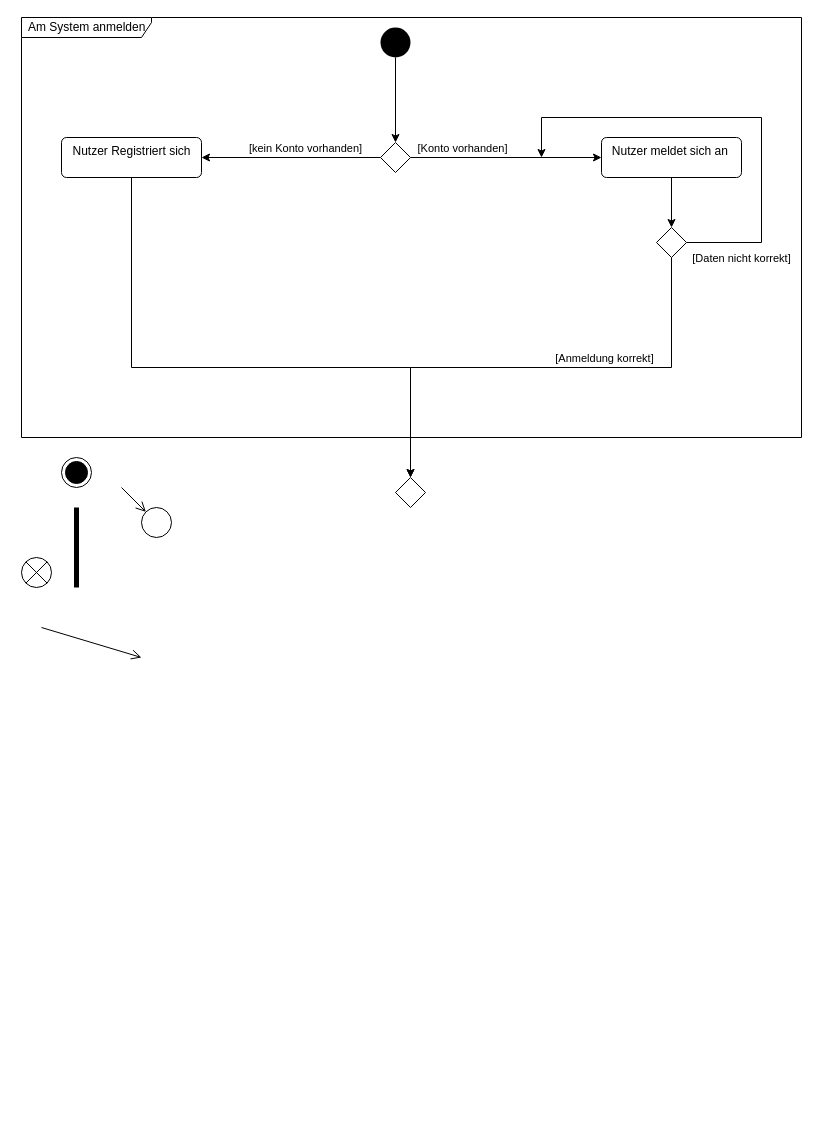
This is Unbenanntes Diagramm.drawio from mertoo36/Web-Programmierung, a draw.io file, before an edit. Source tidied: cells renumbered, new cells numbered last; positions are measured from the earlier drawing's top-left corner, leaving out a move shared by most shapes. Both pictures are drawn from the tidied source at 100%, with x=0, y=0 at pixel (21, 17).
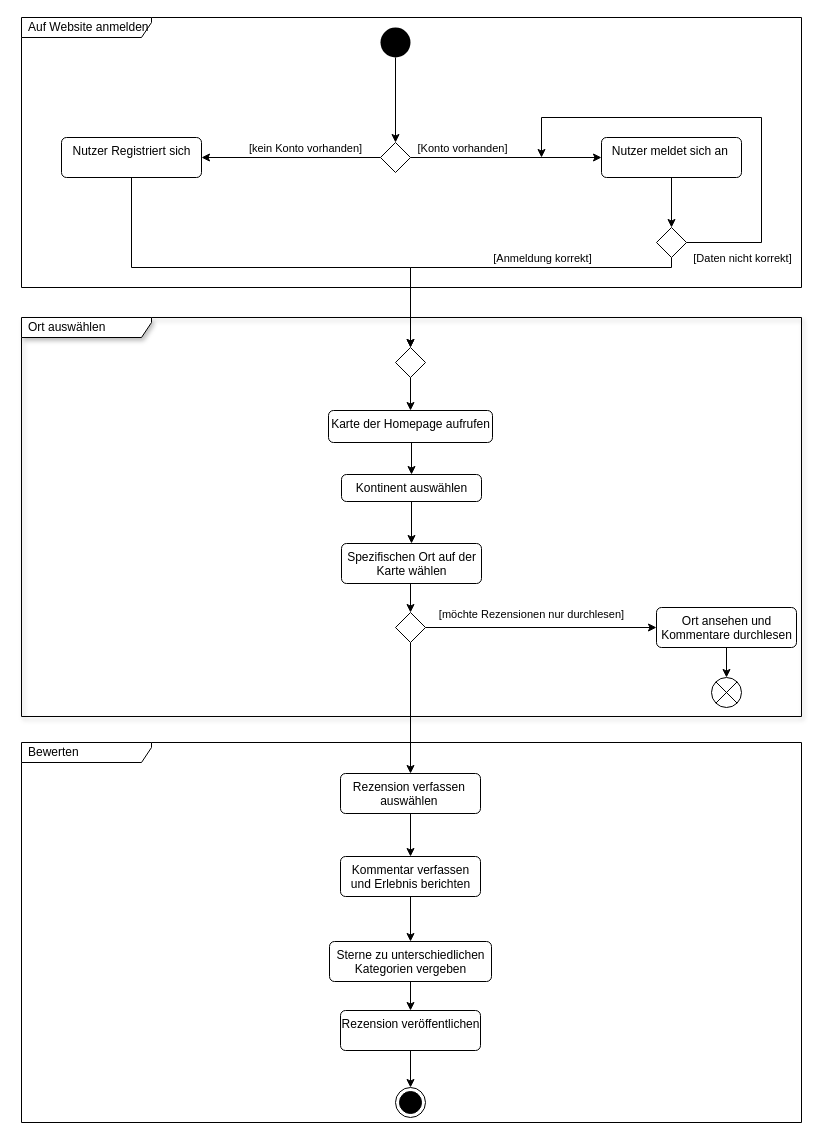
Above is the later version.

Unchanged cells that the change refers to:
```xml
<mxCell id="19" value="Nutzer Registriert sich" style="html=1;align=center;verticalAlign=top;rounded=1;absoluteArcSize=1;arcSize=10;dashed=0;" parent="1" vertex="1">
  <mxGeometry x="40" y="120" width="140" height="40" as="geometry" />
</mxCell>
<mxCell id="22" style="edgeStyle=orthogonalEdgeStyle;rounded=0;jettySize=auto;html=1;exitX=1;exitY=0.5;exitDx=0;exitDy=0;" parent="1" edge="1" source="24">
  <mxGeometry relative="1" as="geometry">
    <mxPoint x="520" y="140" as="targetPoint" />
    <Array as="points">
      <mxPoint x="740" y="225" />
      <mxPoint x="740" y="100" />
      <mxPoint x="520" y="100" />
    </Array>
  </mxGeometry>
</mxCell>
<mxCell id="24" style="rhombus;" parent="1" vertex="1">
  <mxGeometry x="635" y="210" width="30" height="30" as="geometry" />
</mxCell>
```

What changed in the source:
```diff
@@
+    <mxCell id="26" value="Bewerten" style="shape=umlFrame;whiteSpace=wrap;html=1;width=130;height=20;boundedLbl=1;verticalAlign=middle;align=left;spacingLeft=5;" parent="1" vertex="1">
+      <mxGeometry y="725" width="780" height="380" as="geometry" />
+    </mxCell>
+    <mxCell id="27" value="Ort auswählen" style="shape=umlFrame;whiteSpace=wrap;html=1;width=130;height=20;boundedLbl=1;verticalAlign=middle;align=left;spacingLeft=5;shadow=1;" parent="1" vertex="1">
+      <mxGeometry y="300" width="780" height="399" as="geometry" />
+    </mxCell>
-    <mxCell id="2" value="Am System anmelden" style="shape=umlFrame;whiteSpace=wrap;html=1;width=130;height=20;boundedLbl=1;verticalAlign=middle;align=left;spacingLeft=5;" parent="1" vertex="1">
-      <mxGeometry width="780" height="420" as="geometry" />
+    <mxCell id="2" value="Auf Website anmelden" style="shape=umlFrame;whiteSpace=wrap;html=1;width=130;height=20;boundedLbl=1;verticalAlign=middle;align=left;spacingLeft=5;" parent="1" vertex="1">
+      <mxGeometry width="780" height="270" as="geometry" />
     </mxCell>
@@
     <mxCell id="5" style="ellipse;html=1;shape=endState;fillColor=strokeColor;" parent="1" vertex="1">
-      <mxGeometry x="40" y="440" width="30" height="30" as="geometry" />
+      <mxGeometry x="374" y="1070" width="30" height="30" as="geometry" />
     </mxCell>
     <mxCell id="6" style="shape=sumEllipse;perimeter=ellipsePerimeter;whiteSpace=wrap;html=1;backgroundOutline=1;" parent="1" vertex="1">
-      <mxGeometry y="540" width="30" height="30" as="geometry" />
+      <mxGeometry x="690" y="660" width="30" height="30" as="geometry" />
     </mxCell>
-    <mxCell id="7" style="html=1;perimeter=orthogonalPerimeter;fillColor=#000000;strokeColor=none;" parent="1" vertex="1">
-      <mxGeometry x="52.5" y="490" width="5" height="80" as="geometry" />
-    </mxCell>
@@
-    <mxCell id="15" style="endArrow=open;startArrow=none;endFill=0;startFill=0;endSize=8;html=1;verticalAlign=bottom;labelBackgroundColor=none;strokeWidth=1;rounded=0;" parent="1" edge="1" target="16">
-      <mxGeometry relative="1" as="geometry">
-        <mxPoint x="100" y="470" as="sourcePoint" />
-      </mxGeometry>
-    </mxCell>
-    <mxCell id="16" style="ellipse;html=1;" parent="1" vertex="1">
-      <mxGeometry x="120" y="490" width="30" height="30" as="geometry" />
-    </mxCell>
-    <mxCell id="17" style="endArrow=open;startArrow=none;endFill=0;startFill=0;endSize=8;html=1;verticalAlign=bottom;labelBackgroundColor=none;strokeWidth=1;rounded=0;" parent="1" edge="1">
-      <mxGeometry relative="1" as="geometry">
-        <mxPoint x="20" y="610" as="sourcePoint" />
-        <mxPoint x="120" y="640" as="targetPoint" />
-      </mxGeometry>
-    </mxCell>
     <mxCell id="18" style="edgeStyle=orthogonalEdgeStyle;rounded=0;jettySize=auto;html=1;exitX=0.5;exitY=1;exitDx=0;exitDy=0;entryX=0.5;entryY=0;entryDx=0;entryDy=0;" parent="1" edge="1" source="19" target="25">
       <mxGeometry relative="1" as="geometry">
         <Array as="points">
-          <mxPoint x="110" y="350" />
-          <mxPoint x="389" y="350" />
+          <mxPoint x="110" y="250" />
+          <mxPoint x="389" y="250" />
         </Array>
       </mxGeometry>
     </mxCell>
@@
     <mxCell id="20" style="edgeStyle=orthogonalEdgeStyle;rounded=0;jettySize=auto;html=1;exitX=0.5;exitY=1;exitDx=0;exitDy=0;entryX=0.5;entryY=0;entryDx=0;entryDy=0;" parent="1" edge="1" source="24" target="25">
-      <mxGeometry relative="1" as="geometry" />
+      <mxGeometry relative="1" as="geometry">
+        <Array as="points">
+          <mxPoint x="650" y="250" />
+          <mxPoint x="389" y="250" />
+        </Array>
+      </mxGeometry>
     </mxCell>
     <mxCell id="21" value="[Anmeldung korrekt]" style="edgeLabel;html=1;align=center;verticalAlign=middle;" parent="20" vertex="1">
       <mxGeometry x="-0.01" y="-2" relative="1" as="geometry">
-        <mxPoint x="60" y="-8" as="offset" />
+        <mxPoint x="34" y="-8" as="offset" />
       </mxGeometry>
     </mxCell>
@@
     <mxCell id="23" value="[Daten nicht korrekt]" style="edgeLabel;html=1;align=center;verticalAlign=middle;" parent="22" vertex="1">
       <mxGeometry x="-0.94" y="2" relative="1" as="geometry">
-        <mxPoint x="40" y="17" as="offset" />
+        <mxPoint x="41" y="17" as="offset" />
       </mxGeometry>
     </mxCell>
@@
     <mxCell id="25" style="rhombus;" parent="1" vertex="1">
-      <mxGeometry x="374" y="460" width="30" height="30" as="geometry" />
+      <mxGeometry x="374" y="330" width="30" height="30" as="geometry" />
     </mxCell>
+    <mxCell id="28" style="edgeStyle=orthogonalEdgeStyle;rounded=0;jettySize=auto;html=1;exitX=0.5;exitY=1;exitDx=0;exitDy=0;entryX=0.5;entryY=0;entryDx=0;entryDy=0;" parent="1" edge="1" source="25" target="30">
+      <mxGeometry relative="1" as="geometry" />
+    </mxCell>
+    <mxCell id="29" style="edgeStyle=orthogonalEdgeStyle;rounded=0;jettySize=auto;html=1;exitX=0.5;exitY=1;exitDx=0;exitDy=0;entryX=0.5;entryY=0;entryDx=0;entryDy=0;" parent="1" edge="1" source="30" target="32">
+      <mxGeometry relative="1" as="geometry" />
+    </mxCell>
+    <mxCell id="30" value="Karte der Homepage aufrufen" style="html=1;align=center;verticalAlign=top;rounded=1;absoluteArcSize=1;arcSize=10;dashed=0;" parent="1" vertex="1">
+      <mxGeometry x="307" y="393" width="164" height="32" as="geometry" />
+    </mxCell>
+    <mxCell id="31" style="edgeStyle=orthogonalEdgeStyle;rounded=0;jettySize=auto;html=1;exitX=0.5;exitY=1;exitDx=0;exitDy=0;entryX=0.5;entryY=0;entryDx=0;entryDy=0;" parent="1" edge="1" source="32" target="34">
+      <mxGeometry relative="1" as="geometry" />
+    </mxCell>
+    <mxCell id="32" value="Kontinent auswählen" style="html=1;align=center;verticalAlign=top;rounded=1;absoluteArcSize=1;arcSize=10;dashed=0;" parent="1" vertex="1">
+      <mxGeometry x="320" y="457" width="140" height="27" as="geometry" />
+    </mxCell>
+    <mxCell id="33" style="edgeStyle=orthogonalEdgeStyle;rounded=0;jettySize=auto;html=1;exitX=0.5;exitY=1;exitDx=0;exitDy=0;entryX=0.5;entryY=0;entryDx=0;entryDy=0;" parent="1" edge="1" source="34" target="37">
+      <mxGeometry relative="1" as="geometry" />
+    </mxCell>
+    <mxCell id="34" value="Spezifischen Ort auf der&lt;br&gt;Karte wählen" style="html=1;align=center;verticalAlign=top;rounded=1;absoluteArcSize=1;arcSize=10;dashed=0;" parent="1" vertex="1">
+      <mxGeometry x="320" y="526" width="140" height="40" as="geometry" />
+    </mxCell>
+    <mxCell id="35" value="[möchte Rezensionen nur durchlesen]" style="edgeStyle=orthogonalEdgeStyle;rounded=0;jettySize=auto;html=1;exitX=1;exitY=0.5;exitDx=0;exitDy=0;" parent="1" edge="1" source="37" target="39">
+      <mxGeometry x="-0.08" y="13" relative="1" as="geometry" />
+    </mxCell>
+    <mxCell id="36" style="edgeStyle=orthogonalEdgeStyle;rounded=0;jettySize=auto;html=1;exitX=0.5;exitY=1;exitDx=0;exitDy=0;" parent="1" edge="1" source="37" target="41">
+      <mxGeometry relative="1" as="geometry" />
+    </mxCell>
+    <mxCell id="37" style="rhombus;" parent="1" vertex="1">
+      <mxGeometry x="374" y="595" width="30" height="30" as="geometry" />
+    </mxCell>
+    <mxCell id="38" style="edgeStyle=orthogonalEdgeStyle;rounded=0;jettySize=auto;html=1;exitX=0.5;exitY=1;exitDx=0;exitDy=0;entryX=0.5;entryY=0;entryDx=0;entryDy=0;" parent="1" edge="1" source="39" target="6">
+      <mxGeometry relative="1" as="geometry" />
+    </mxCell>
+    <mxCell id="39" value="Ort ansehen und&lt;br&gt;Kommentare durchlesen" style="html=1;align=center;verticalAlign=top;rounded=1;absoluteArcSize=1;arcSize=10;dashed=0;" parent="1" vertex="1">
+      <mxGeometry x="635" y="590" width="140" height="40" as="geometry" />
+    </mxCell>
+    <mxCell id="40" style="edgeStyle=orthogonalEdgeStyle;rounded=0;jettySize=auto;html=1;exitX=0.5;exitY=1;exitDx=0;exitDy=0;entryX=0.5;entryY=0;entryDx=0;entryDy=0;" parent="1" edge="1" source="41" target="43">
+      <mxGeometry relative="1" as="geometry" />
+    </mxCell>
+    <mxCell id="41" value="Rezension verfassen&amp;nbsp;&lt;br&gt;auswählen&amp;nbsp;" style="html=1;align=center;verticalAlign=top;rounded=1;absoluteArcSize=1;arcSize=10;dashed=0;" parent="1" vertex="1">
+      <mxGeometry x="319" y="756" width="140" height="40" as="geometry" />
+    </mxCell>
+    <mxCell id="42" style="edgeStyle=orthogonalEdgeStyle;rounded=0;jettySize=auto;html=1;exitX=0.5;exitY=1;exitDx=0;exitDy=0;entryX=0.5;entryY=0;entryDx=0;entryDy=0;" parent="1" edge="1" source="43" target="45">
+      <mxGeometry relative="1" as="geometry" />
+    </mxCell>
+    <mxCell id="43" value="Kommentar verfassen&lt;br&gt;und Erlebnis berichten" style="html=1;align=center;verticalAlign=top;rounded=1;absoluteArcSize=1;arcSize=10;dashed=0;" parent="1" vertex="1">
+      <mxGeometry x="319" y="839" width="140" height="40" as="geometry" />
+    </mxCell>
+    <mxCell id="44" style="edgeStyle=orthogonalEdgeStyle;rounded=0;jettySize=auto;html=1;exitX=0.5;exitY=1;exitDx=0;exitDy=0;" parent="1" edge="1" source="45" target="47">
+      <mxGeometry relative="1" as="geometry" />
+    </mxCell>
+    <mxCell id="45" value="Sterne zu unterschiedlichen&lt;br&gt;Kategorien vergeben" style="html=1;align=center;verticalAlign=top;rounded=1;absoluteArcSize=1;arcSize=10;dashed=0;" parent="1" vertex="1">
+      <mxGeometry x="308" y="924" width="162" height="40" as="geometry" />
+    </mxCell>
+    <mxCell id="46" style="edgeStyle=orthogonalEdgeStyle;rounded=0;jettySize=auto;html=1;exitX=0.5;exitY=1;exitDx=0;exitDy=0;" parent="1" edge="1" source="47" target="5">
+      <mxGeometry relative="1" as="geometry" />
+    </mxCell>
+    <mxCell id="47" value="Rezension veröffentlichen" style="html=1;align=center;verticalAlign=top;rounded=1;absoluteArcSize=1;arcSize=10;dashed=0;" parent="1" vertex="1">
+      <mxGeometry x="319" y="993" width="140" height="40" as="geometry" />
+    </mxCell>
```
